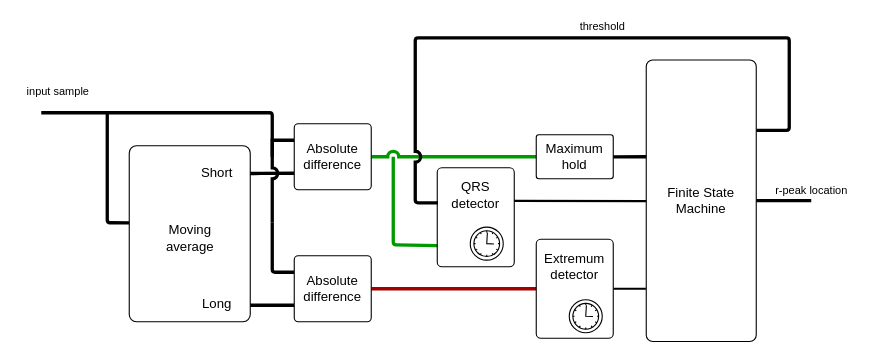
This is doc/drawio_diagrams/RPD_algorithm.drawio from jmat97/RPD22, a draw.io file, before an edit. Source tidied: cells renumbered, new cells numbered last; positions are measured from the earlier drawing's top-left corner, leaving out a move shared by most shapes. Both pictures are drawn from the tidied source at 110%, with x=0, y=0 at pixel (19, 37).
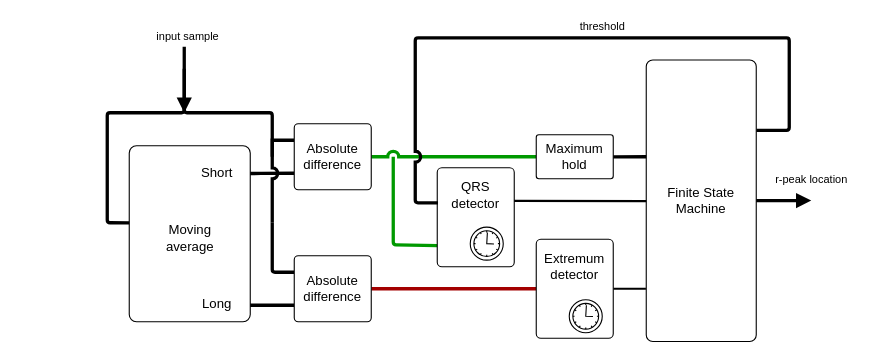
After the change.

The change refers to these unchanged cells:
```xml
<mxCell id="5" style="rounded=1;whiteSpace=wrap;html=1;arcSize=6;" parent="1" vertex="1">
  <mxGeometry x="100" y="98" width="110" height="160" as="geometry" />
</mxCell>
```

Diff of the diagram source:
```diff
@@
-    <mxCell id="18" style="endArrow=none;html=1;entryX=0;entryY=0.438;entryDx=0;entryDy=0;rounded=1;strokeWidth=3;arcSize=5;entryPerimeter=0;" parent="1" edge="1" target="5">
+    <mxCell id="18" style="endArrow=none;html=1;entryX=0;entryY=0.438;entryDx=0;entryDy=0;rounded=1;strokeWidth=3;arcSize=5;entryPerimeter=0;endFill=0;" parent="1" edge="1" target="5">
       <mxGeometry relative="1" as="geometry">
-        <mxPoint x="80" y="68" as="sourcePoint" />
+        <mxPoint x="150" y="28" as="sourcePoint" />
         <Array as="points">
-          <mxPoint x="80" y="98" />
+          <mxPoint x="150" y="68" />
+          <mxPoint x="80" y="68" />
+          <mxPoint x="80" y="118" />
           <mxPoint x="80" y="168" />
         </Array>
       </mxGeometry>
     </mxCell>
     <mxCell id="19" style="endArrow=none;html=1;strokeWidth=3;arcSize=5;startArrow=none;startFill=0;" parent="1" edge="1">
       <mxGeometry relative="1" as="geometry">
-        <mxPoint x="20" y="68" as="sourcePoint" />
+        <mxPoint x="150" y="58" as="sourcePoint" />
         <mxPoint x="230" y="108" as="targetPoint" />
         <Array as="points">
+          <mxPoint x="150" y="68" />
           <mxPoint x="230" y="68" />
         </Array>
       </mxGeometry>
     </mxCell>
@@
-    <mxCell id="25" style="endArrow=none;html=1;strokeWidth=3;" parent="1" edge="1">
+    <mxCell id="25" style="endArrow=block;html=1;strokeWidth=3;endFill=1;" parent="1" edge="1">
       <mxGeometry relative="1" as="geometry">
         <mxPoint x="670" y="147.8" as="sourcePoint" />
         <mxPoint x="720" y="147.8" as="targetPoint" />
         <Array as="points">
           <mxPoint x="690" y="147.8" />
         </Array>
       </mxGeometry>
     </mxCell>
@@
     <mxCell id="27" value="input sample" style="text;html=1;align=center;verticalAlign=middle;strokeColor=none;fillColor=none;fontSize=10;fontColor=#000000;" parent="1" vertex="1">
-      <mxGeometry y="38" width="70" height="20" as="geometry" />
+      <mxGeometry x="117.5" y="-12" width="70" height="20" as="geometry" />
     </mxCell>
     <mxCell id="28" value="r-peak location" style="text;html=1;align=center;verticalAlign=middle;strokeColor=none;fillColor=none;fontSize=10;fontColor=#000000;" parent="1" vertex="1">
-      <mxGeometry x="680" y="128" width="80" height="20" as="geometry" />
+      <mxGeometry x="680" y="118" width="80" height="20" as="geometry" />
     </mxCell>
@@
+    <mxCell id="32" style="endArrow=block;html=1;strokeWidth=3;arcSize=5;startArrow=none;startFill=0;endFill=1;" parent="1" edge="1">
+      <mxGeometry relative="1" as="geometry">
+        <mxPoint x="150" y="8" as="sourcePoint" />
+        <mxPoint x="150" y="68" as="targetPoint" />
+      </mxGeometry>
+    </mxCell>
```
